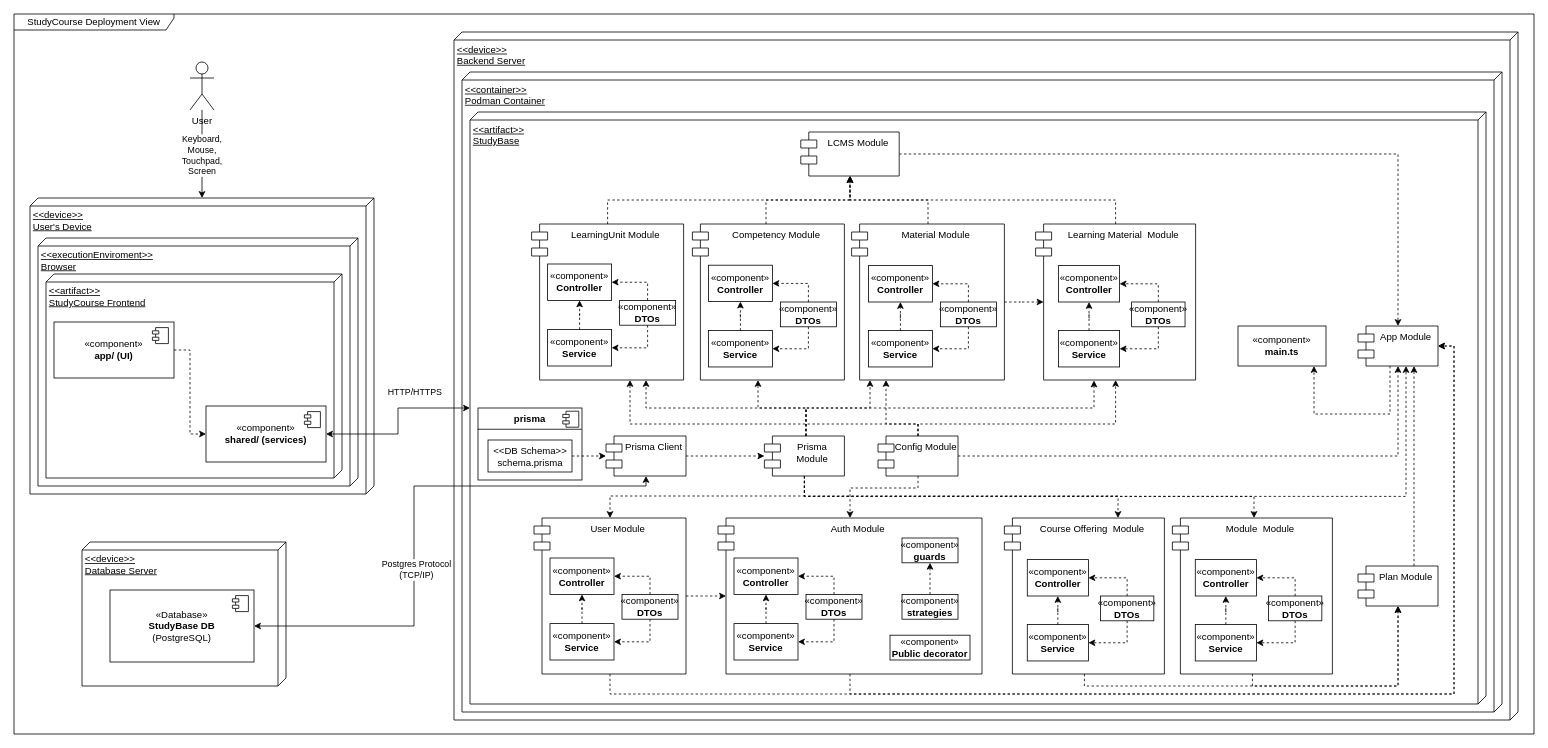
Earlier version of the draw.io diagram Deployment_Diagram_Backend.drawio (MarkTkachov/lcms_diagrams). Source tidied: cells renumbered, new cells numbered last; positions are measured from the earlier drawing's top-left corner, leaving out a move shared by most shapes. Both pictures are drawn from the tidied source at 80%, with x=0, y=0 at pixel (14, 14).
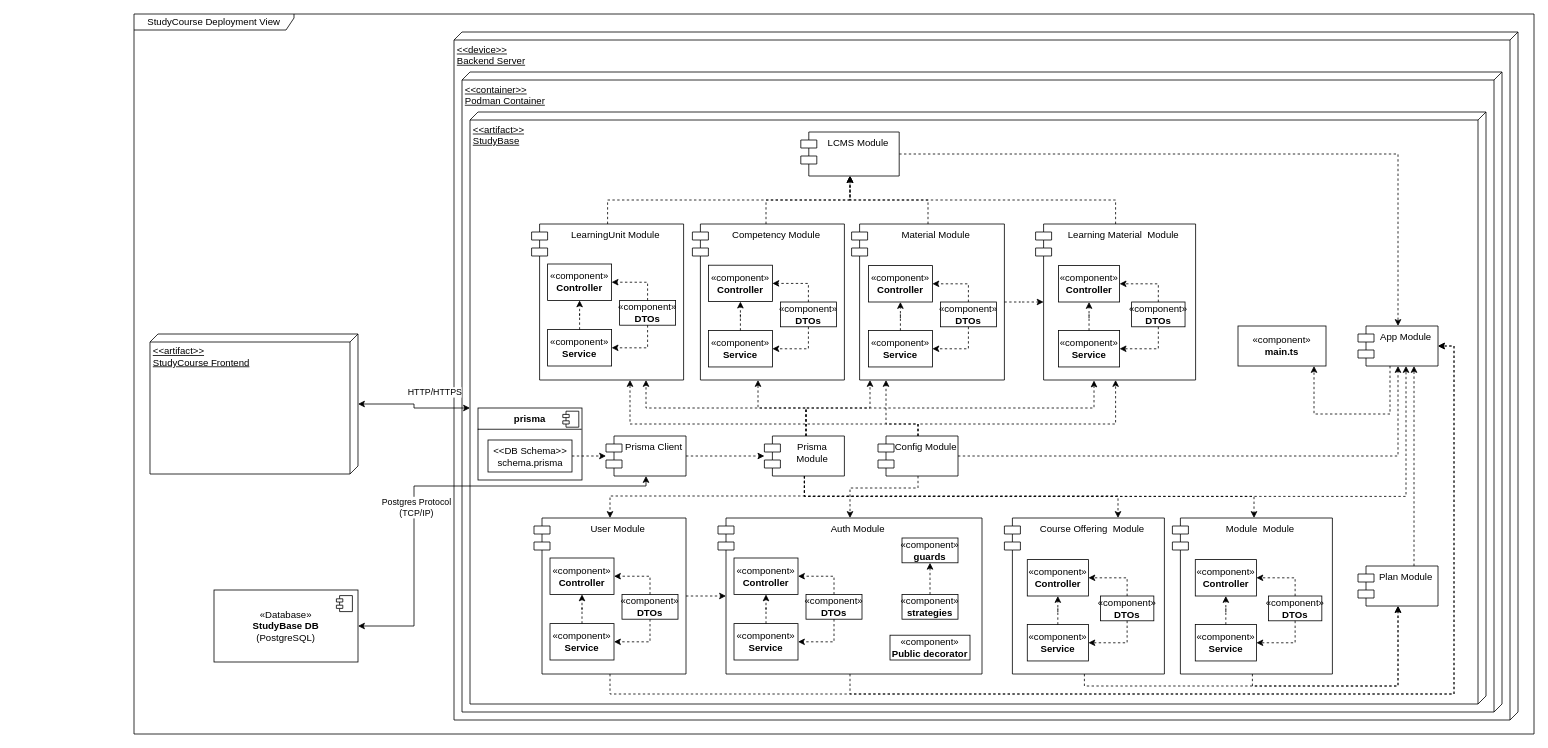
The same diagram, later.

Unchanged cells that the change refers to:
```xml
<mxCell id="20" value="&lt;div&gt;&amp;lt;&amp;lt;artifact&amp;gt;&amp;gt;&lt;/div&gt;&lt;div&gt;StudyBase&lt;br&gt;&lt;/div&gt;" style="verticalAlign=top;align=left;spacingTop=8;spacingLeft=2;spacingRight=12;shape=cube;size=10;direction=south;fontStyle=4;html=1;whiteSpace=wrap;" parent="1" vertex="1">
  <mxGeometry x="570" y="122.5" width="1270" height="740" as="geometry" />
</mxCell>
```

Change to the diagram source:
```diff
@@
-    <mxCell id="2" style="edgeStyle=orthogonalEdgeStyle;rounded=1;jettySize=auto;html=1;curved=0;" parent="1" edge="1" source="4" target="7">
-      <mxGeometry relative="1" as="geometry" />
-    </mxCell>
-    <mxCell id="3" value="&lt;div&gt;Keyboard,&lt;/div&gt;&lt;div&gt;Mouse,&lt;/div&gt;&lt;div&gt;Touchpad,&lt;/div&gt;&lt;div&gt;Screen&lt;br&gt;&lt;/div&gt;" style="edgeLabel;html=1;align=center;verticalAlign=middle;" parent="2" vertex="1">
-      <mxGeometry x="0.01" y="-1" relative="1" as="geometry" />
-    </mxCell>
-    <mxCell id="4" value="User" style="shape=umlActor;verticalLabelPosition=bottom;verticalAlign=top;html=1;" parent="1" vertex="1">
-      <mxGeometry x="220" y="60" width="30" height="60" as="geometry" />
-    </mxCell>
     <mxCell id="5" value="StudyCourse Deployment View" style="shape=umlFrame;whiteSpace=wrap;html=1;width=200;height=20;" parent="1" vertex="1">
-      <mxGeometry width="1900" height="900" as="geometry" />
+      <mxGeometry x="150" width="1750" height="900" as="geometry" />
     </mxCell>
     <mxCell id="6" style="group;" parent="1" vertex="1">
-      <mxGeometry x="20" y="230" width="430" height="370" as="geometry" />
+      <mxGeometry x="50" y="250" width="430" height="370" as="geometry" />
     </mxCell>
-    <mxCell id="7" value="&lt;div&gt;&amp;lt;&amp;lt;device&amp;gt;&amp;gt;&lt;/div&gt;&lt;div&gt;User's Device&lt;/div&gt;" style="verticalAlign=top;align=left;spacingTop=8;spacingLeft=2;spacingRight=12;shape=cube;size=10;direction=south;fontStyle=4;html=1;whiteSpace=wrap;" parent="6" vertex="1">
-      <mxGeometry width="430" height="370" as="geometry" />
-    </mxCell>
-    <mxCell id="8" value="&lt;div&gt;&amp;lt;&amp;lt;executionEnviroment&amp;gt;&amp;gt;&lt;/div&gt;&lt;div&gt;Browser&lt;br&gt;&lt;/div&gt;" style="verticalAlign=top;align=left;spacingTop=8;spacingLeft=2;spacingRight=12;shape=cube;size=10;direction=south;fontStyle=4;html=1;whiteSpace=wrap;" parent="6" vertex="1">
-      <mxGeometry x="10" y="50" width="400" height="310" as="geometry" />
-    </mxCell>
     <mxCell id="9" value="&lt;div&gt;&amp;lt;&amp;lt;artifact&amp;gt;&amp;gt;&lt;/div&gt;&lt;div&gt;StudyCourse Frontend&lt;br&gt;&lt;/div&gt;" style="verticalAlign=top;align=left;spacingTop=8;spacingLeft=2;spacingRight=12;shape=cube;size=10;direction=south;fontStyle=4;html=1;whiteSpace=wrap;" parent="6" vertex="1">
-      <mxGeometry x="20" y="95" width="370" height="255" as="geometry" />
+      <mxGeometry x="120" y="150" width="260" height="175" as="geometry" />
     </mxCell>
-    <mxCell id="10" value="«component»&lt;br&gt;&lt;b&gt;shared/ (services)&lt;/b&gt;" style="html=1;whiteSpace=wrap;" parent="6" vertex="1">
-      <mxGeometry x="220" y="260" width="150" height="70" as="geometry" />
-    </mxCell>
-    <mxCell id="11" style="shape=module;jettyWidth=8;jettyHeight=4;" parent="10" vertex="1">
-      <mxGeometry x="1" width="20" height="20" relative="1" as="geometry">
-        <mxPoint x="-27" y="7" as="offset" />
-      </mxGeometry>
-    </mxCell>
-    <mxCell id="12" style="edgeStyle=orthogonalEdgeStyle;rounded=0;jettySize=auto;html=1;entryX=0;entryY=0.5;entryDx=0;entryDy=0;dashed=1;" parent="6" edge="1" source="13" target="10">
-      <mxGeometry relative="1" as="geometry" />
-    </mxCell>
-    <mxCell id="13" value="&lt;div&gt;«component»&lt;/div&gt;&lt;b&gt;app/ (UI)&lt;/b&gt; " style="html=1;whiteSpace=wrap;" parent="6" vertex="1">
-      <mxGeometry x="30" y="155" width="150" height="70" as="geometry" />
-    </mxCell>
-    <mxCell id="14" style="shape=module;jettyWidth=8;jettyHeight=4;" parent="13" vertex="1">
-      <mxGeometry x="1" width="20" height="20" relative="1" as="geometry">
-        <mxPoint x="-27" y="7" as="offset" />
-      </mxGeometry>
-    </mxCell>
-    <mxCell id="15" value="&lt;div&gt;&amp;lt;&amp;lt;device&amp;gt;&amp;gt;&lt;/div&gt;&lt;div&gt;Database Server&lt;br&gt;&lt;/div&gt;" style="verticalAlign=top;align=left;spacingTop=8;spacingLeft=2;spacingRight=12;shape=cube;size=10;direction=south;fontStyle=4;html=1;whiteSpace=wrap;" parent="1" vertex="1">
-      <mxGeometry x="85" y="660" width="255" height="180" as="geometry" />
-    </mxCell>
     <mxCell id="16" value="«Database»&lt;br&gt;&lt;div&gt;&lt;b&gt;StudyBase DB&lt;/b&gt;&lt;/div&gt;(PostgreSQL)" style="html=1;whiteSpace=wrap;" parent="1" vertex="1">
-      <mxGeometry x="120" y="720" width="180" height="90" as="geometry" />
+      <mxGeometry x="250" y="720" width="180" height="90" as="geometry" />
     </mxCell>
@@
-    <mxCell id="128" style="edgeStyle=orthogonalEdgeStyle;rounded=0;jettySize=auto;html=1;startArrow=classic;startFill=1;" parent="1" edge="1" source="10" target="20">
+    <mxCell id="128" style="edgeStyle=orthogonalEdgeStyle;rounded=0;jettySize=auto;html=1;startArrow=classic;startFill=1;" parent="1" edge="1" source="9" target="20">
       <mxGeometry relative="1" as="geometry" />
     </mxCell>
```
